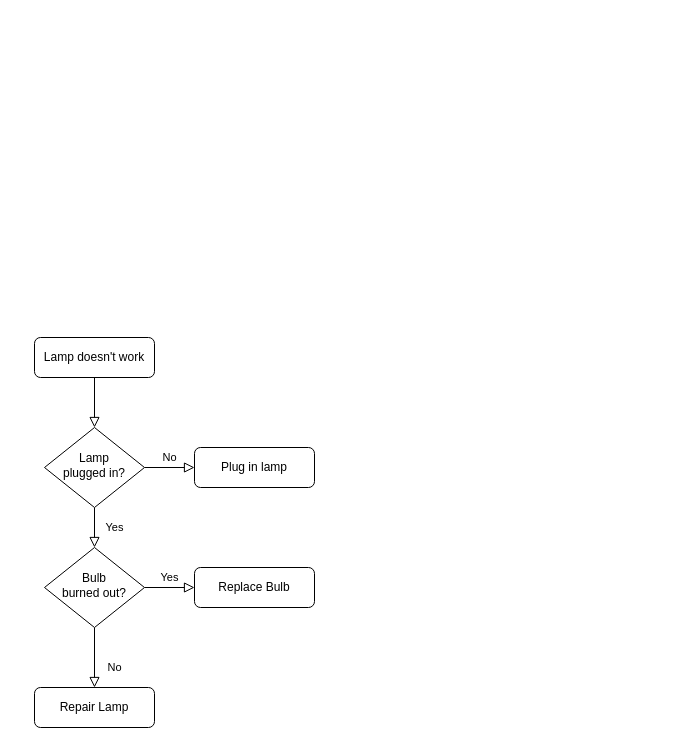
Above: Untitled Diagram.drawio in mishrakm/diags (draw.io), before the change. Source tidied: cells renumbered, new cells numbered last; positions are measured from the earlier drawing's top-left corner, leaving out a move shared by most shapes. Both pictures are drawn from the tidied source at 100%, with x=0, y=0 at pixel (34, 337).
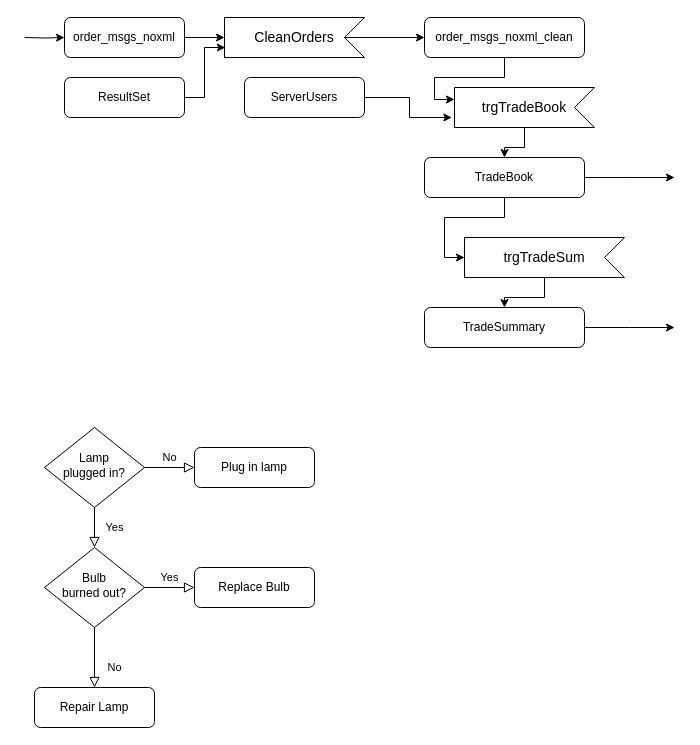
The same page after the edit.

The change refers to these unchanged cells:
```xml
<mxCell id="6" value="Lamp&lt;br&gt;plugged in?" style="rhombus;whiteSpace=wrap;html=1;shadow=0;fontFamily=Helvetica;fontSize=12;align=center;strokeWidth=1;spacing=6;spacingTop=-4;" parent="1" vertex="1">
  <mxGeometry x="10" y="90" width="100" height="80" as="geometry" />
</mxCell>
```

The edit, as a diff of the source:
```diff
@@
-    <mxCell id="2" style="rounded=0;html=1;jettySize=auto;fontSize=11;endArrow=block;endFill=0;endSize=8;strokeWidth=1;shadow=0;labelBackgroundColor=none;edgeStyle=orthogonalEdgeStyle;" parent="1" edge="1" source="3" target="6">
-      <mxGeometry relative="1" as="geometry" />
-    </mxCell>
-    <mxCell id="3" value="Lamp doesn't work" style="rounded=1;whiteSpace=wrap;html=1;fontSize=12;glass=0;strokeWidth=1;shadow=0;" parent="1" vertex="1">
-      <mxGeometry width="120" height="40" as="geometry" />
+    <mxCell id="3" value="order_msgs_noxml" style="rounded=1;whiteSpace=wrap;html=1;fontSize=12;glass=0;strokeWidth=1;shadow=0;" parent="1" vertex="1">
+      <mxGeometry x="30" y="-320" width="120" height="40" as="geometry" />
     </mxCell>
@@
+    <mxCell id="13" style="edgeStyle=orthogonalEdgeStyle;rounded=0;jettySize=auto;html=1;entryX=0;entryY=0.5;entryDx=0;entryDy=0;" parent="1" edge="1" target="3">
+      <mxGeometry relative="1" as="geometry">
+        <mxPoint x="-10" y="-300" as="sourcePoint" />
+      </mxGeometry>
+    </mxCell>
+    <mxCell id="14" value="order_msgs_noxml_clean" style="rounded=1;whiteSpace=wrap;html=1;fontSize=12;glass=0;strokeWidth=1;shadow=0;" parent="1" vertex="1">
+      <mxGeometry x="390" y="-320" width="160" height="40" as="geometry" />
+    </mxCell>
+    <mxCell id="15" style="edgeStyle=orthogonalEdgeStyle;rounded=0;jettySize=auto;html=1;exitX=0;exitY=0;exitDx=20;exitDy=20;exitPerimeter=0;entryX=0;entryY=0.5;entryDx=0;entryDy=0;" parent="1" edge="1" source="16" target="14">
+      <mxGeometry relative="1" as="geometry" />
+    </mxCell>
+    <mxCell id="16" value="CleanOrders" style="html=1;shape=mxgraph.infographic.ribbonSimple;notch1=20;notch2=0;align=center;verticalAlign=middle;fontSize=14;fontStyle=0;flipH=1;fillColor=#FFFFFF;whiteSpace=wrap;" parent="1" vertex="1">
+      <mxGeometry x="190" y="-320" width="140" height="40" as="geometry" />
+    </mxCell>
+    <mxCell id="17" style="edgeStyle=orthogonalEdgeStyle;rounded=0;jettySize=auto;html=1;entryX=1;entryY=0.5;entryDx=0;entryDy=0;entryPerimeter=0;" parent="1" edge="1" source="3" target="16">
+      <mxGeometry relative="1" as="geometry" />
+    </mxCell>
+    <mxCell id="18" value="ResultSet" style="rounded=1;whiteSpace=wrap;html=1;fontSize=12;glass=0;strokeWidth=1;shadow=0;" parent="1" vertex="1">
+      <mxGeometry x="30" y="-260" width="120" height="40" as="geometry" />
+    </mxCell>
+    <mxCell id="19" style="edgeStyle=orthogonalEdgeStyle;rounded=0;jettySize=auto;html=1;exitX=1;exitY=0.5;exitDx=0;exitDy=0;entryX=0.994;entryY=0.75;entryDx=0;entryDy=0;entryPerimeter=0;" parent="1" edge="1" source="18" target="16">
+      <mxGeometry relative="1" as="geometry" />
+    </mxCell>
+    <mxCell id="20" style="edgeStyle=orthogonalEdgeStyle;rounded=0;jettySize=auto;html=1;" parent="1" edge="1" source="21" target="26">
+      <mxGeometry relative="1" as="geometry" />
+    </mxCell>
+    <mxCell id="21" value="trgTradeBook" style="html=1;shape=mxgraph.infographic.ribbonSimple;notch1=20;notch2=0;align=center;verticalAlign=middle;fontSize=14;fontStyle=0;flipH=1;fillColor=#FFFFFF;whiteSpace=wrap;" parent="1" vertex="1">
+      <mxGeometry x="420" y="-250" width="140" height="40" as="geometry" />
+    </mxCell>
+    <mxCell id="22" value="ServerUsers" style="rounded=1;whiteSpace=wrap;html=1;fontSize=12;glass=0;strokeWidth=1;shadow=0;" parent="1" vertex="1">
+      <mxGeometry x="210" y="-260" width="120" height="40" as="geometry" />
+    </mxCell>
+    <mxCell id="23" style="edgeStyle=orthogonalEdgeStyle;rounded=0;jettySize=auto;html=1;entryX=1;entryY=0.3;entryDx=0;entryDy=0;entryPerimeter=0;" parent="1" edge="1" source="14" target="21">
+      <mxGeometry relative="1" as="geometry" />
+    </mxCell>
+    <mxCell id="24" style="edgeStyle=orthogonalEdgeStyle;rounded=0;jettySize=auto;html=1;exitX=1;exitY=0.5;exitDx=0;exitDy=0;entryX=1.019;entryY=0.75;entryDx=0;entryDy=0;entryPerimeter=0;" parent="1" edge="1" source="22" target="21">
+      <mxGeometry relative="1" as="geometry" />
+    </mxCell>
+    <mxCell id="25" style="edgeStyle=orthogonalEdgeStyle;rounded=0;jettySize=auto;html=1;exitX=1;exitY=0.5;exitDx=0;exitDy=0;" parent="1" edge="1" source="26">
+      <mxGeometry relative="1" as="geometry">
+        <mxPoint x="640" y="-160" as="targetPoint" />
+      </mxGeometry>
+    </mxCell>
+    <mxCell id="26" value="TradeBook" style="rounded=1;whiteSpace=wrap;html=1;fontSize=12;glass=0;strokeWidth=1;shadow=0;" parent="1" vertex="1">
+      <mxGeometry x="390" y="-180" width="160" height="40" as="geometry" />
+    </mxCell>
+    <mxCell id="27" style="edgeStyle=orthogonalEdgeStyle;rounded=0;jettySize=auto;html=1;entryX=0.5;entryY=0;entryDx=0;entryDy=0;" parent="1" edge="1" source="28" target="31">
+      <mxGeometry relative="1" as="geometry" />
+    </mxCell>
+    <mxCell id="28" value="trgTradeSum" style="html=1;shape=mxgraph.infographic.ribbonSimple;notch1=20;notch2=0;align=center;verticalAlign=middle;fontSize=14;fontStyle=0;flipH=1;fillColor=#FFFFFF;whiteSpace=wrap;" parent="1" vertex="1">
+      <mxGeometry x="430" y="-100" width="160" height="40" as="geometry" />
+    </mxCell>
+    <mxCell id="29" style="edgeStyle=orthogonalEdgeStyle;rounded=0;jettySize=auto;html=1;exitX=0.5;exitY=1;exitDx=0;exitDy=0;entryX=1;entryY=0.5;entryDx=0;entryDy=0;entryPerimeter=0;" parent="1" edge="1" source="26" target="28">
+      <mxGeometry relative="1" as="geometry" />
+    </mxCell>
+    <mxCell id="30" style="edgeStyle=orthogonalEdgeStyle;rounded=0;jettySize=auto;html=1;exitX=1;exitY=0.5;exitDx=0;exitDy=0;" parent="1" edge="1" source="31">
+      <mxGeometry relative="1" as="geometry">
+        <mxPoint x="640" y="-10" as="targetPoint" />
+      </mxGeometry>
+    </mxCell>
+    <mxCell id="31" value="TradeSummary" style="rounded=1;whiteSpace=wrap;html=1;fontSize=12;glass=0;strokeWidth=1;shadow=0;" parent="1" vertex="1">
+      <mxGeometry x="390" y="-30" width="160" height="40" as="geometry" />
+    </mxCell>
```
